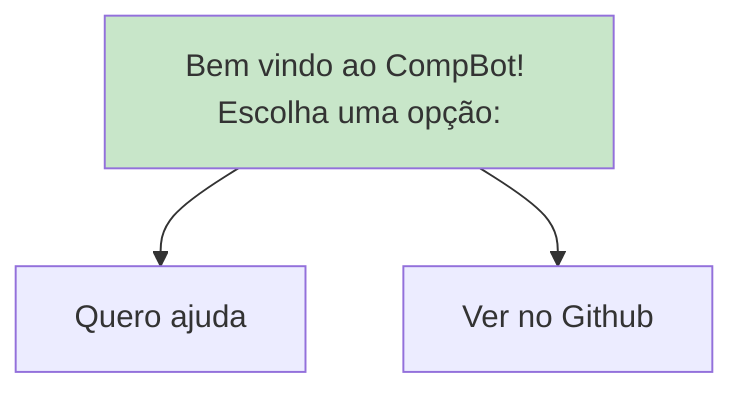
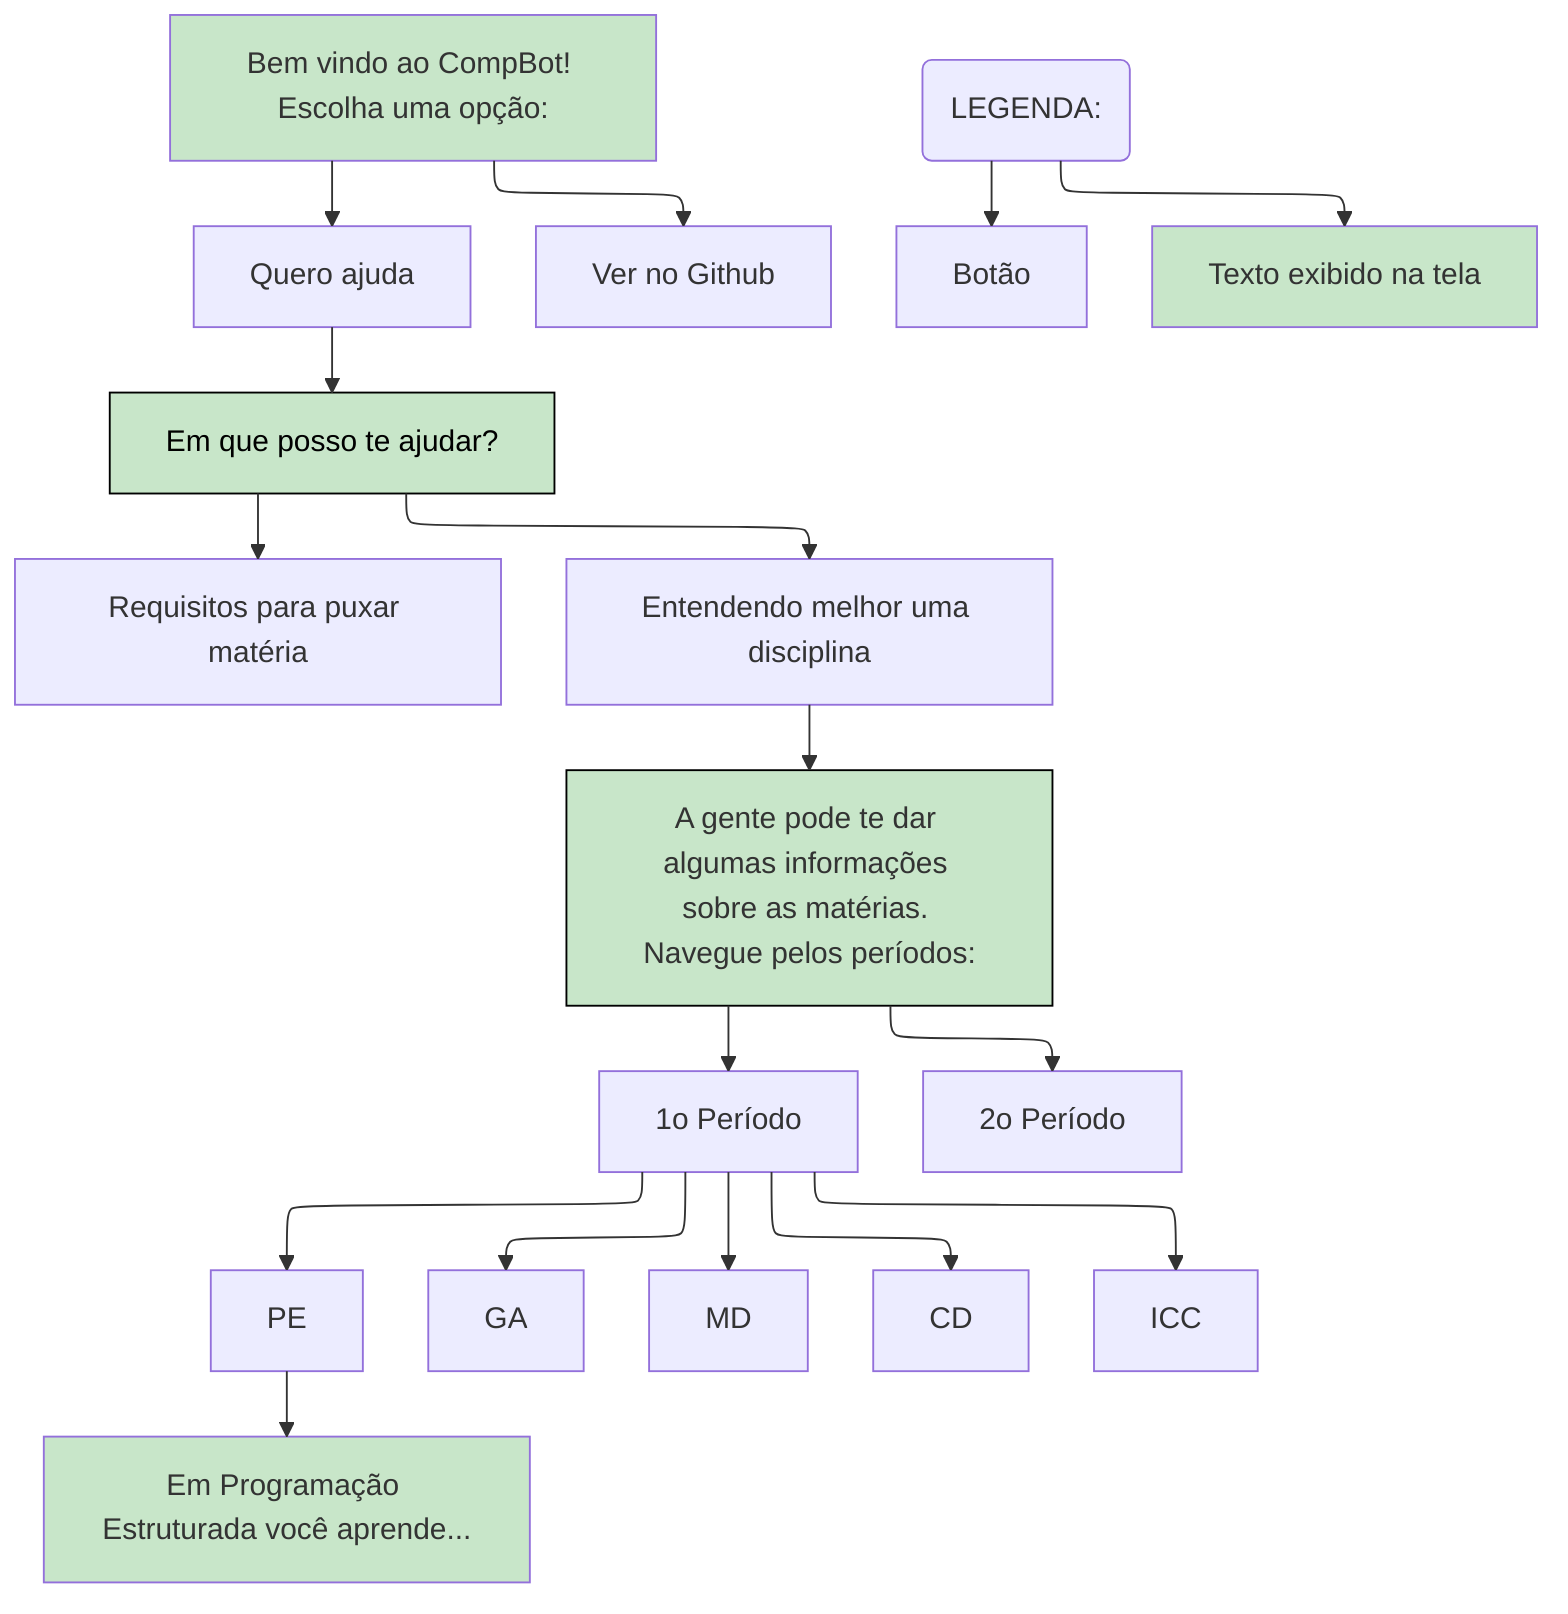
---
config:
-   layout: dagre
+   layout: elk
---
flowchart TB
    A["Bem vindo ao CompBot! Escolha uma opção:"] --> n2["Quero ajuda"] & n4["Ver no Github"]
+     n2 --> n5["Em que posso te ajudar?"]
+     n5 --> n6["Requisitos para puxar matéria"] & n7["Entendendo melhor uma disciplina"]
+     n7 --> n9["A gente pode te dar algumas informações sobre as matérias. Navegue pelos períodos:"]
+     n9 --> n10["1o Período"] & n11["2o Período"]
+     n10 --> n12["PE"] & n13["GA"] & n14["MD"] & n15["CD"] & n16["ICC"]
+     n12 --> n17["Em Programação Estruturada você aprende..."]
+     n21["LEGENDA:"] --> n20["Botão"] & n19["Texto exibido na tela"]

-     style A fill:#C8E6C9+     n21@{ shape: rounded}
+     style A fill:#C8E6C9
+     style n5 color:#000000,stroke:#000000,fill:#C8E6C9
+     style n9 stroke:#000000,fill:#C8E6C9
+     style n17 fill:#C8E6C9
+     style n19 fill:#C8E6C9